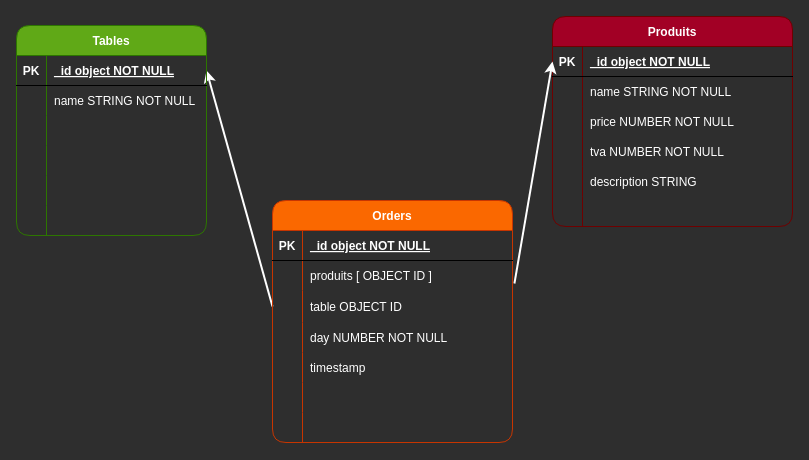
The draw.io diagram erd.drawio in AriannaTelesca/Fermento-POS, before the edit. Source tidied: cells renumbered, new cells numbered last; positions are measured from the earlier drawing's top-left corner, leaving out a move shared by most shapes. Both pictures are drawn from the tidied source at 100%, with x=0, y=0 at pixel (16, 16).
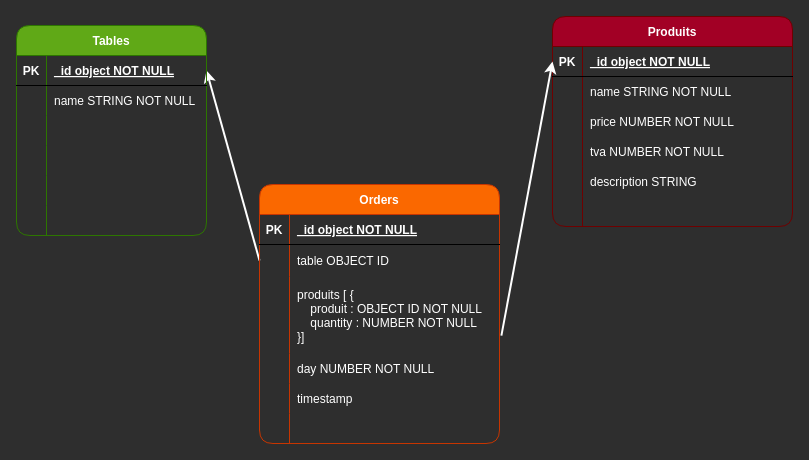
After the change.

Change to the diagram source:
```diff
@@
     <mxCell id="41" value="Orders" style="shape=table;startSize=30;childLayout=tableLayout;rowLines=0;fontStyle=1;align=center;fillColor=#fa6800;strokeColor=#C73500;fontColor=#FFFFFF;labelBorderColor=none;rounded=1;" parent="1" vertex="1">
-      <mxGeometry x="256" y="184" width="240" height="242" as="geometry" />
+      <mxGeometry x="243" y="168" width="240" height="259" as="geometry" />
     </mxCell>
@@
+    <mxCell id="48" style="shape=partialRectangle;fillColor=none;points=[[0,0.5],[1,0.5]];portConstraint=eastwest;top=0;left=0;right=0;bottom=0;fontColor=#FFFFFF;labelBorderColor=none;rounded=1;" parent="41" vertex="1">
+      <mxGeometry y="60" width="240" height="32" as="geometry" />
+    </mxCell>
+    <mxCell id="49" style="shape=partialRectangle;overflow=hidden;fillColor=none;top=0;left=0;bottom=0;right=0;fontColor=#FFFFFF;labelBorderColor=none;rounded=1;" parent="48" vertex="1">
+      <mxGeometry width="30" height="32" as="geometry" />
+    </mxCell>
+    <mxCell id="50" value="table OBJECT ID" style="shape=partialRectangle;overflow=hidden;fillColor=none;top=0;left=0;bottom=0;right=0;align=left;spacingLeft=6;fontColor=#FFFFFF;labelBorderColor=none;rounded=1;" parent="48" vertex="1">
+      <mxGeometry x="30" width="210" height="32" as="geometry" />
+    </mxCell>
     <mxCell id="45" style="shape=partialRectangle;fillColor=none;points=[[0,0.5],[1,0.5]];portConstraint=eastwest;top=0;left=0;right=0;bottom=0;fontColor=#FFFFFF;labelBorderColor=none;rounded=1;" parent="41" vertex="1">
-      <mxGeometry y="60" width="240" height="30" as="geometry" />
+      <mxGeometry y="92" width="240" height="77" as="geometry" />
     </mxCell>
     <mxCell id="46" style="shape=partialRectangle;overflow=hidden;fillColor=none;top=0;left=0;bottom=0;right=0;fontColor=#FFFFFF;labelBorderColor=none;rounded=1;" parent="45" vertex="1">
-      <mxGeometry width="30" height="30" as="geometry" />
+      <mxGeometry width="30" height="77" as="geometry" />
     </mxCell>
-    <mxCell id="47" value="produits [ OBJECT ID ]" style="shape=partialRectangle;overflow=hidden;fillColor=none;top=0;left=0;bottom=0;right=0;align=left;spacingLeft=6;fontColor=#FFFFFF;labelBorderColor=none;rounded=1;" parent="45" vertex="1">
-      <mxGeometry x="30" width="210" height="30" as="geometry" />
+    <mxCell id="47" value="produits [ {&#10;    produit : OBJECT ID NOT NULL&#10;    quantity : NUMBER NOT NULL&#10;}]" style="shape=partialRectangle;overflow=hidden;fillColor=none;top=0;left=0;bottom=0;right=0;align=left;spacingLeft=6;fontColor=#FFFFFF;labelBorderColor=none;rounded=1;" parent="45" vertex="1">
+      <mxGeometry x="30" width="210" height="77" as="geometry" />
     </mxCell>
-    <mxCell id="48" style="shape=partialRectangle;fillColor=none;points=[[0,0.5],[1,0.5]];portConstraint=eastwest;top=0;left=0;right=0;bottom=0;fontColor=#FFFFFF;labelBorderColor=none;rounded=1;" parent="41" vertex="1">
-      <mxGeometry y="90" width="240" height="32" as="geometry" />
-    </mxCell>
-    <mxCell id="49" style="shape=partialRectangle;overflow=hidden;fillColor=none;top=0;left=0;bottom=0;right=0;fontColor=#FFFFFF;labelBorderColor=none;rounded=1;" parent="48" vertex="1">
-      <mxGeometry width="30" height="32" as="geometry" />
-    </mxCell>
-    <mxCell id="50" value="table OBJECT ID" style="shape=partialRectangle;overflow=hidden;fillColor=none;top=0;left=0;bottom=0;right=0;align=left;spacingLeft=6;fontColor=#FFFFFF;labelBorderColor=none;rounded=1;" parent="48" vertex="1">
-      <mxGeometry x="30" width="210" height="32" as="geometry" />
-    </mxCell>
     <mxCell id="51" style="shape=partialRectangle;fillColor=none;top=0;left=0;right=0;bottom=0;fontColor=#FFFFFF;labelBorderColor=none;rounded=1;" parent="41" vertex="1">
-      <mxGeometry y="122" width="240" height="30" as="geometry" />
+      <mxGeometry y="169" width="240" height="30" as="geometry" />
     </mxCell>
@@
     <mxCell id="54" style="shape=partialRectangle;fillColor=none;top=0;left=0;right=0;bottom=0;fontColor=#FFFFFF;labelBorderColor=none;rounded=1;" parent="41" vertex="1">
-      <mxGeometry y="152" width="240" height="30" as="geometry" />
+      <mxGeometry y="199" width="240" height="30" as="geometry" />
     </mxCell>
@@
-    <mxCell id="57" style="shape=partialRectangle;fillColor=none;top=0;left=0;right=0;bottom=0;fontColor=#FFFFFF;labelBorderColor=none;rounded=1;" parent="41" vertex="1">
-      <mxGeometry y="182" width="240" height="30" as="geometry" />
-    </mxCell>
-    <mxCell id="58" style="shape=partialRectangle;overflow=hidden;fillColor=none;top=0;left=0;bottom=0;right=0;fontColor=#FFFFFF;labelBorderColor=none;rounded=1;" parent="57" vertex="1">
-      <mxGeometry width="30" height="30" as="geometry" />
-    </mxCell>
-    <mxCell id="59" style="shape=partialRectangle;overflow=hidden;fillColor=none;top=0;left=0;bottom=0;right=0;align=left;spacingLeft=6;fontColor=#FFFFFF;labelBorderColor=none;rounded=1;" parent="57" vertex="1">
-      <mxGeometry x="30" width="210" height="30" as="geometry" />
-    </mxCell>
     <mxCell id="60" style="shape=partialRectangle;fillColor=none;top=0;left=0;right=0;bottom=0;fontColor=#FFFFFF;labelBorderColor=none;rounded=1;" parent="41" vertex="1">
-      <mxGeometry y="212" width="240" height="30" as="geometry" />
+      <mxGeometry y="229" width="240" height="30" as="geometry" />
     </mxCell>
```
